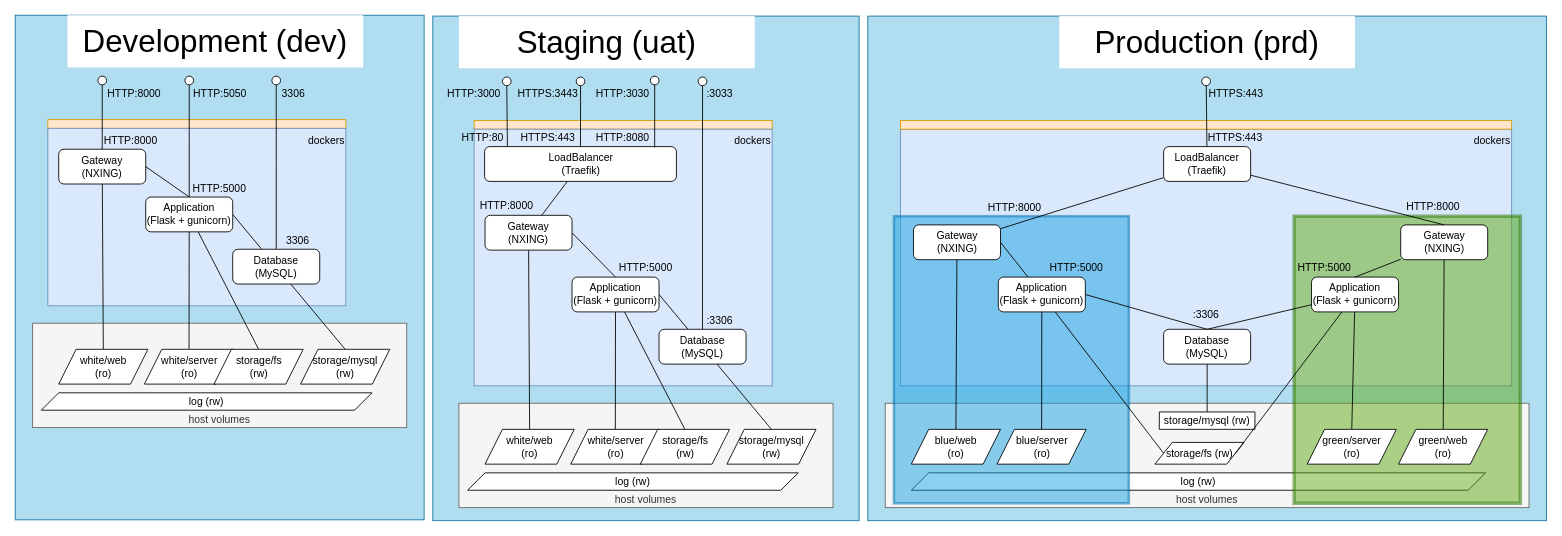
Earlier version of the draw.io diagram docs/architecture.drawio (enzomar/omb). Source tidied: cells renumbered, new cells numbered last; positions are measured from the earlier drawing's top-left corner, leaving out a move shared by most shapes. Both pictures are drawn from the tidied source at 87%, with x=0, y=0 at pixel (15, 15).
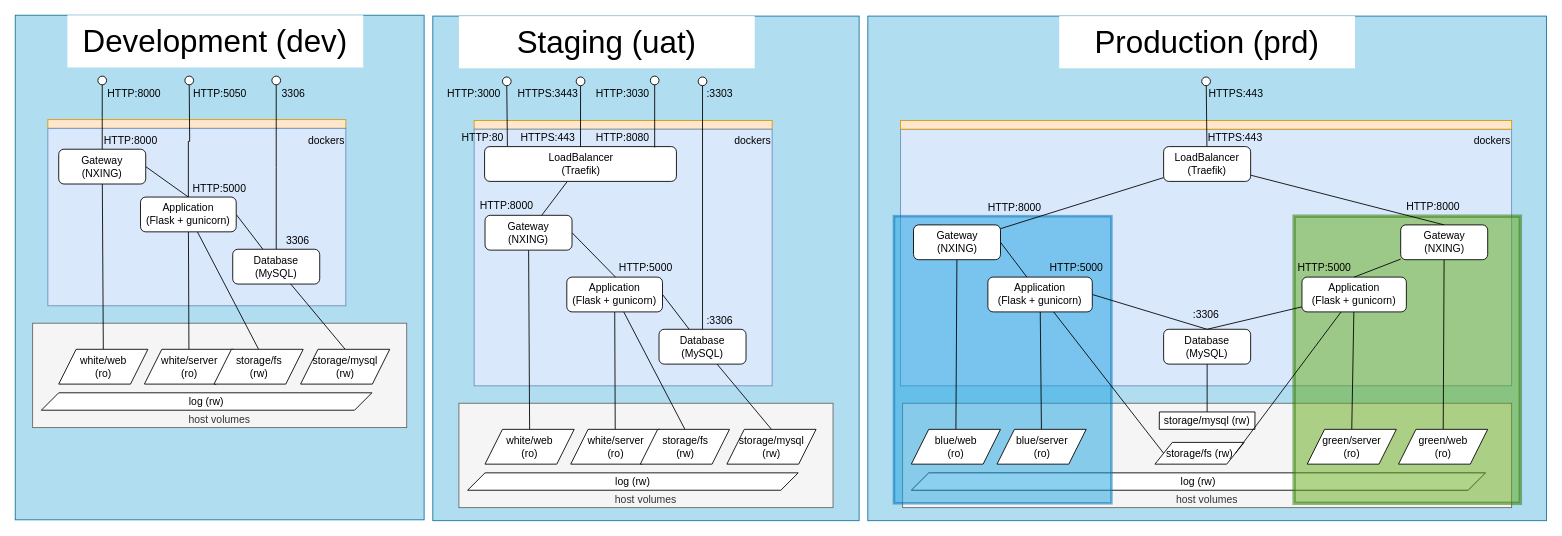
The same diagram, later.

Commit message (it also covers changes not shown here):
reviewed arch diagram

Change to the diagram source:
```diff
@@
     <mxCell id="5" value="host volumes" style="rounded=0;whiteSpace=wrap;html=1;fillColor=#f5f5f5;strokeColor=#666666;fontColor=#333333;verticalAlign=bottom;" parent="1" vertex="1">
-      <mxGeometry x="1000" y="446" width="740" height="120" as="geometry" />
+      <mxGeometry x="1020" y="446" width="700" height="120" as="geometry" />
     </mxCell>
@@
     <mxCell id="8" style="rounded=0;whiteSpace=wrap;html=1;strokeColor=#006EAF;fontColor=#ffffff;strokeWidth=3;fillColor=#1ba1e2;opacity=50;" parent="1" vertex="1">
-      <mxGeometry x="1010" y="231" width="270" height="330" as="geometry" />
+      <mxGeometry x="1010" y="231" width="250" height="330" as="geometry" />
     </mxCell>
@@
     <mxCell id="21" value="Application&lt;br&gt;(Flask + gunicorn)" style="rounded=1;whiteSpace=wrap;html=1;" parent="1" vertex="1">
-      <mxGeometry x="150" y="209" width="100" height="40" as="geometry" />
+      <mxGeometry x="144" y="209" width="110" height="40" as="geometry" />
     </mxCell>
@@
     <mxCell id="39" value="Application&lt;br&gt;(Flask + gunicorn)" style="rounded=1;whiteSpace=wrap;html=1;" parent="1" vertex="1">
-      <mxGeometry x="640" y="301" width="100" height="40" as="geometry" />
+      <mxGeometry x="634" y="301" width="110" height="40" as="geometry" />
     </mxCell>
@@
     <mxCell id="59" value="Application&lt;br&gt;(Flask + gunicorn)" style="rounded=1;whiteSpace=wrap;html=1;" parent="1" vertex="1">
-      <mxGeometry x="1130" y="301" width="100" height="40" as="geometry" />
+      <mxGeometry x="1118" y="301" width="120" height="40" as="geometry" />
     </mxCell>
@@
     <mxCell id="72" value="Application&lt;br&gt;(Flask + gunicorn)" style="rounded=1;whiteSpace=wrap;html=1;" parent="1" vertex="1">
-      <mxGeometry x="1490" y="301" width="100" height="40" as="geometry" />
+      <mxGeometry x="1479" y="301" width="120" height="40" as="geometry" />
     </mxCell>
@@
-    <mxCell id="103" value=":3033" style="text;html=1;strokeColor=none;fillColor=none;align=center;verticalAlign=middle;whiteSpace=wrap;rounded=0;" parent="1" vertex="1">
+    <mxCell id="103" value=":3303" style="text;html=1;strokeColor=none;fillColor=none;align=center;verticalAlign=middle;whiteSpace=wrap;rounded=0;" parent="1" vertex="1">
       <mxGeometry x="790" y="81" width="40" height="20" as="geometry" />
     </mxCell>
```
